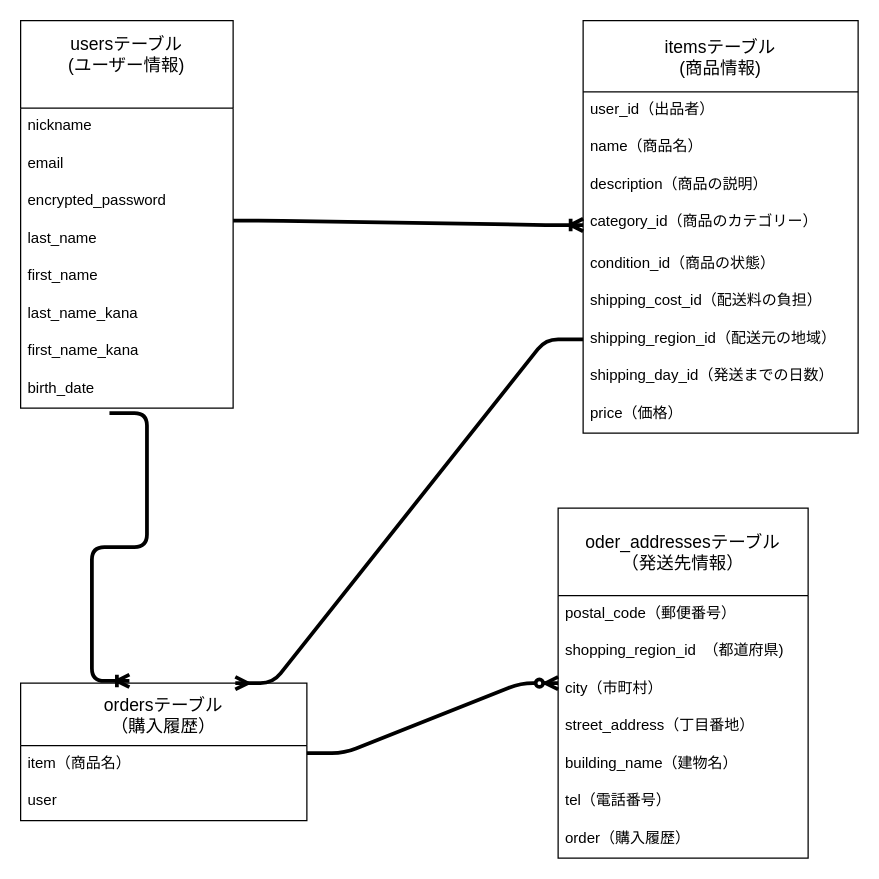
Before: furima-41254.dio in nanaiwamoto/furima-41245, a draw.io diagram. Source tidied: cells renumbered, new cells numbered last; positions are measured from the earlier drawing's top-left corner, leaving out a move shared by most shapes. Both pictures are drawn from the tidied source at 125%, with x=0, y=0 at pixel (20, 20).
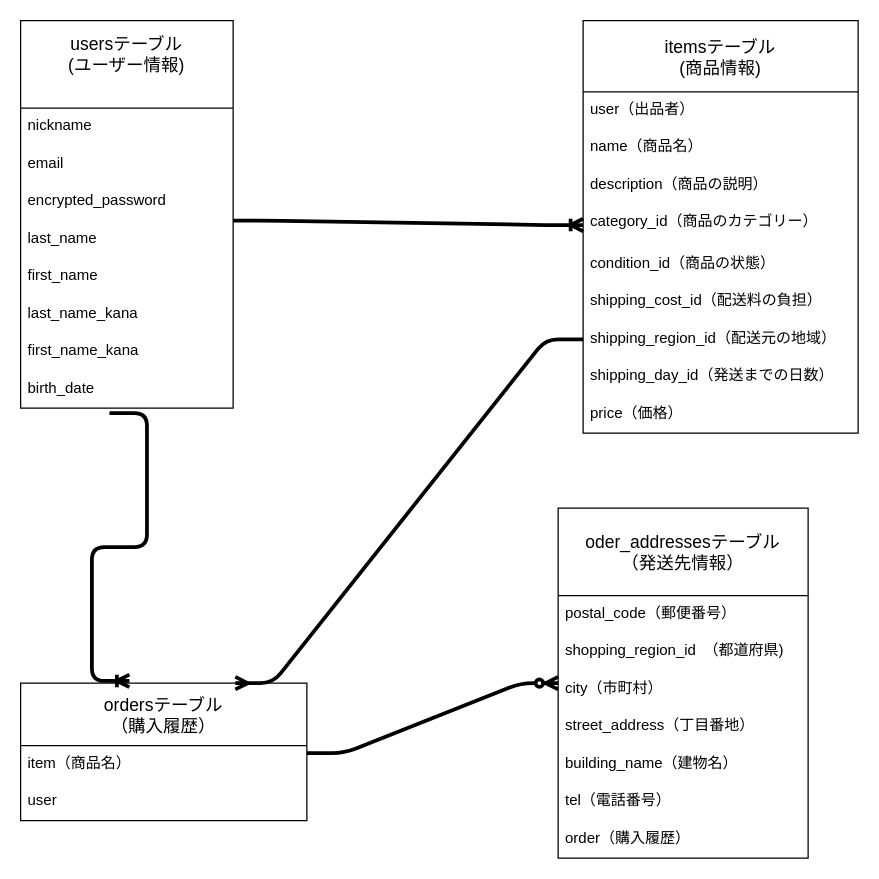
After the change.

Commit message (it also covers changes not shown here):
データベース設計確認３回目

The change refers to these unchanged cells:
```xml
<mxCell id="12" value="itemsテーブル&#10;(商品情報)" style="swimlane;fontStyle=0;horizontal=1;startSize=57;align=center;fontSize=14;" parent="1" vertex="1">
  <mxGeometry x="450" width="220" height="330" as="geometry" />
</mxCell>
```

Diff of the diagram source:
```diff
@@
-    <mxCell id="13" value="user_id（出品者）" style="text;strokeColor=none;fillColor=none;spacingLeft=4;spacingRight=4;overflow=hidden;fontSize=12;" parent="12" vertex="1">
+    <mxCell id="13" value="user（出品者）" style="text;strokeColor=none;fillColor=none;spacingLeft=4;spacingRight=4;overflow=hidden;fontSize=12;" parent="12" vertex="1">
       <mxGeometry y="57" width="220" height="30" as="geometry" />
     </mxCell>
```
